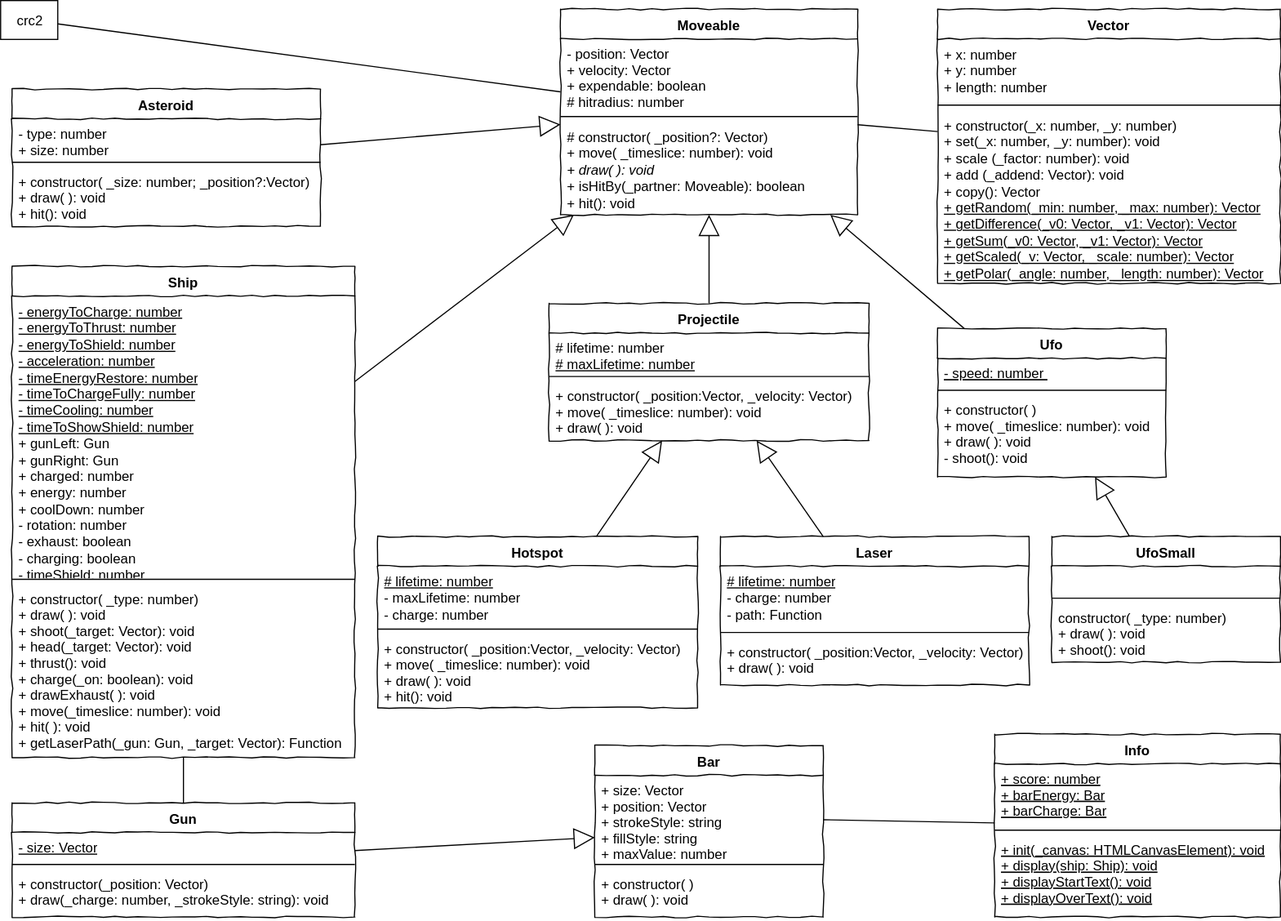
The draw.io diagram X01_Appendix/Code/L12_Addition/eiaSteroids/Documentation/Diagrams/Asteroids_ClassDiagram.svg in JirkaDellOro/EIA2-Inverted, before a commit. Source tidied: cells renumbered, new cells last; positions are measured from the earlier drawing's top-left corner, leaving out a move shared by most shapes.
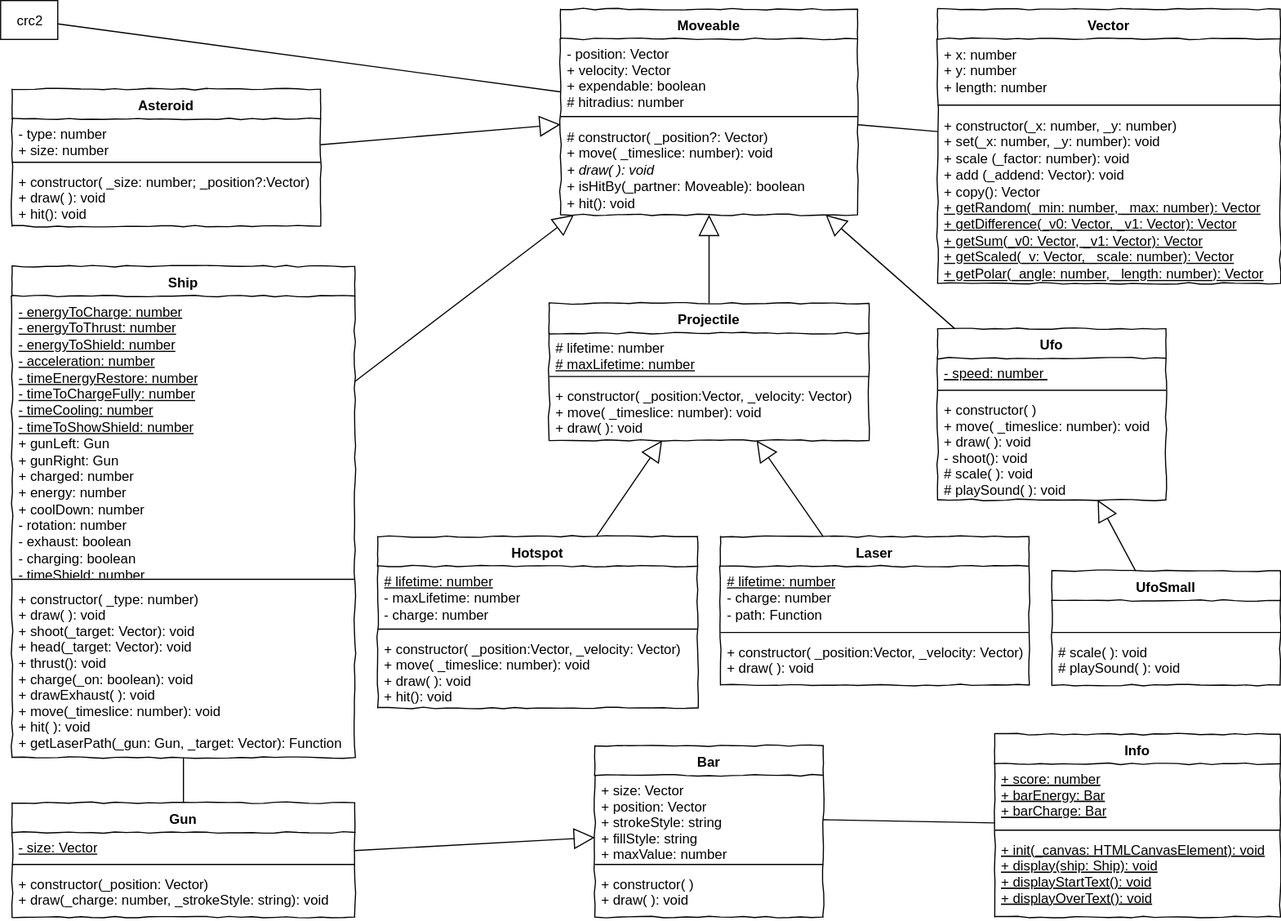
Above is the later version.

What changed in the source:
```diff
@@ -51,7 +51,7 @@
       <mxGeometry relative="1" as="geometry" />
     </mxCell>
     <mxCell id="18" value="Ufo" style="swimlane;fontStyle=1;align=center;verticalAlign=top;horizontal=1;startSize=26;rounded=0;shadow=0;comic=1;strokeWidth=1;" parent="1" vertex="1">
-      <mxGeometry x="820" y="287" width="200" height="130" as="geometry" />
+      <mxGeometry x="820" y="287" width="200" height="150" as="geometry" />
     </mxCell>
     <mxCell id="19" value="- speed: number " style="text;strokeColor=none;fillColor=none;align=left;verticalAlign=top;spacingLeft=4;spacingRight=4;overflow=hidden;fontStyle=4;" parent="18" vertex="1">
       <mxGeometry y="26" width="200" height="24" as="geometry" />
@@ -59,11 +59,11 @@
     <mxCell id="20" style="line;strokeWidth=1;fillColor=none;align=left;verticalAlign=middle;spacingTop=-1;spacingLeft=3;spacingRight=3;labelPosition=right;" parent="18" vertex="1">
       <mxGeometry y="50" width="200" height="8" as="geometry" />
     </mxCell>
-    <mxCell id="21" value="+ constructor( )&#10;+ move( _timeslice: number): void&#10;+ draw( ): void&#10;- shoot(): void" style="text;strokeColor=none;fillColor=none;align=left;verticalAlign=top;spacingLeft=4;spacingRight=4;overflow=hidden;" parent="18" vertex="1">
-      <mxGeometry y="58" width="200" height="72" as="geometry" />
+    <mxCell id="21" value="+ constructor( )&#10;+ move( _timeslice: number): void&#10;+ draw( ): void&#10;- shoot(): void&#10;# scale( ): void&#10;# playSound( ): void" style="text;strokeColor=none;fillColor=none;align=left;verticalAlign=top;spacingLeft=4;spacingRight=4;overflow=hidden;" parent="18" vertex="1">
+      <mxGeometry y="58" width="200" height="92" as="geometry" />
     </mxCell>
     <mxCell id="22" value="UfoSmall" style="swimlane;fontStyle=1;align=center;verticalAlign=top;horizontal=1;startSize=26;rounded=0;shadow=0;comic=1;strokeWidth=1;" parent="1" vertex="1">
-      <mxGeometry x="920" y="469" width="200" height="110" as="geometry" />
+      <mxGeometry x="920" y="499" width="200" height="100" as="geometry" />
     </mxCell>
     <mxCell id="23" value=" " style="text;strokeColor=none;fillColor=none;align=left;verticalAlign=top;spacingLeft=4;spacingRight=4;overflow=hidden;" parent="22" vertex="1">
       <mxGeometry y="26" width="200" height="24" as="geometry" />
@@ -71,8 +71,8 @@
     <mxCell id="24" style="line;strokeWidth=1;fillColor=none;align=left;verticalAlign=middle;spacingTop=-1;spacingLeft=3;spacingRight=3;labelPosition=right;" parent="22" vertex="1">
       <mxGeometry y="50" width="200" height="8" as="geometry" />
     </mxCell>
-    <mxCell id="25" value="constructor( _type: number)&#10;+ draw( ): void&#10;+ shoot(): void" style="text;strokeColor=none;fillColor=none;align=left;verticalAlign=top;spacingLeft=4;spacingRight=4;overflow=hidden;" parent="22" vertex="1">
-      <mxGeometry y="58" width="200" height="52" as="geometry" />
+    <mxCell id="25" value="# scale( ): void&#10;# playSound( ): void" style="text;strokeColor=none;fillColor=none;align=left;verticalAlign=top;spacingLeft=4;spacingRight=4;overflow=hidden;" parent="22" vertex="1">
+      <mxGeometry y="58" width="200" height="42" as="geometry" />
     </mxCell>
     <mxCell id="26" style="rounded=0;jettySize=auto;html=1;endArrow=none;endFill=0;" parent="1" edge="1" source="30" target="57">
       <mxGeometry relative="1" as="geometry" />
```
